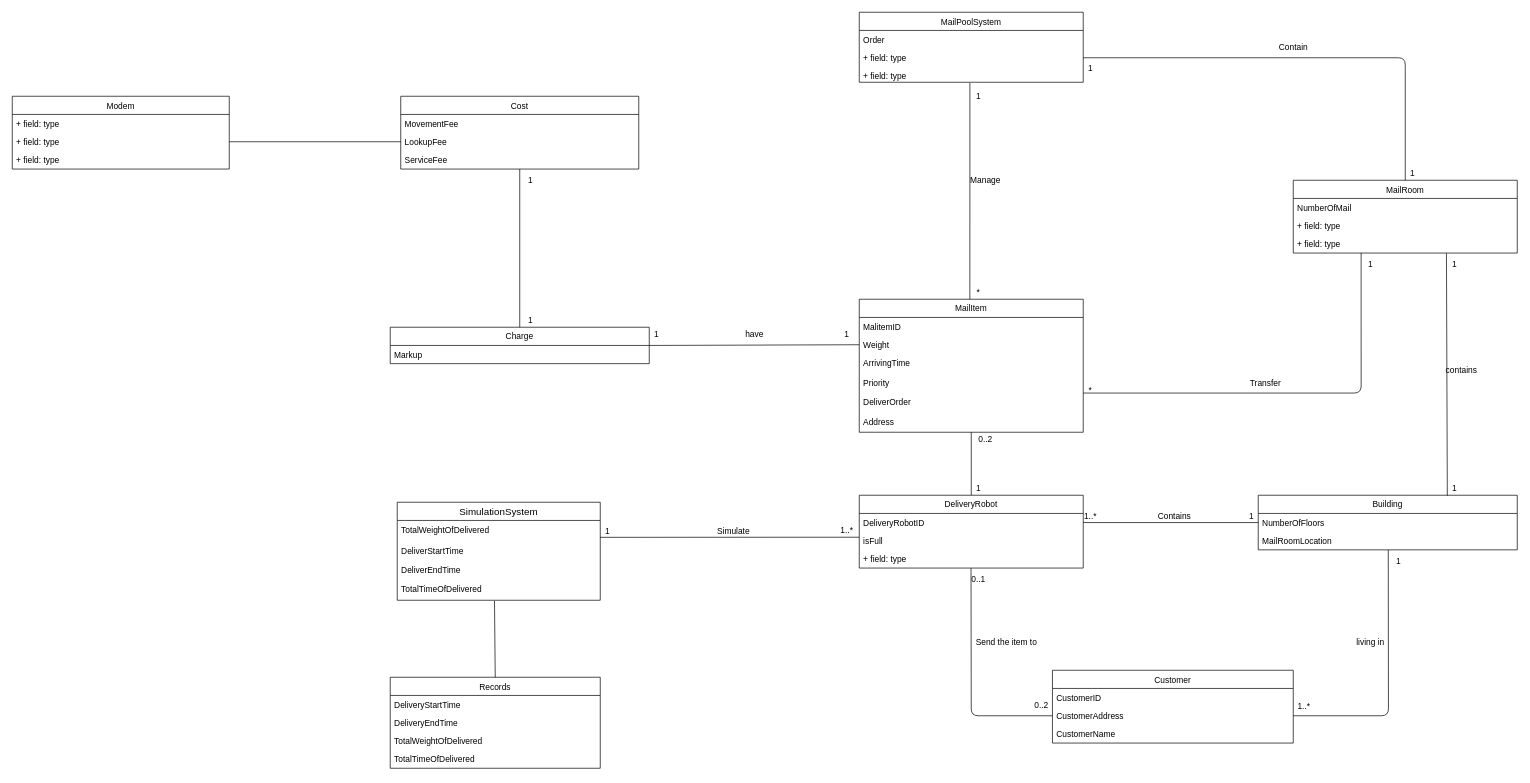
The draw.io diagram Automail/Domain-Model.drawio in UOM-Su/swen30006-Project-1, before the edit. Source tidied: cells renumbered, new cells numbered last; positions are measured from the earlier drawing's top-left corner, leaving out a move shared by most shapes. Both pictures are drawn from the tidied source at 70%, with x=0, y=0 at pixel (12, 12).
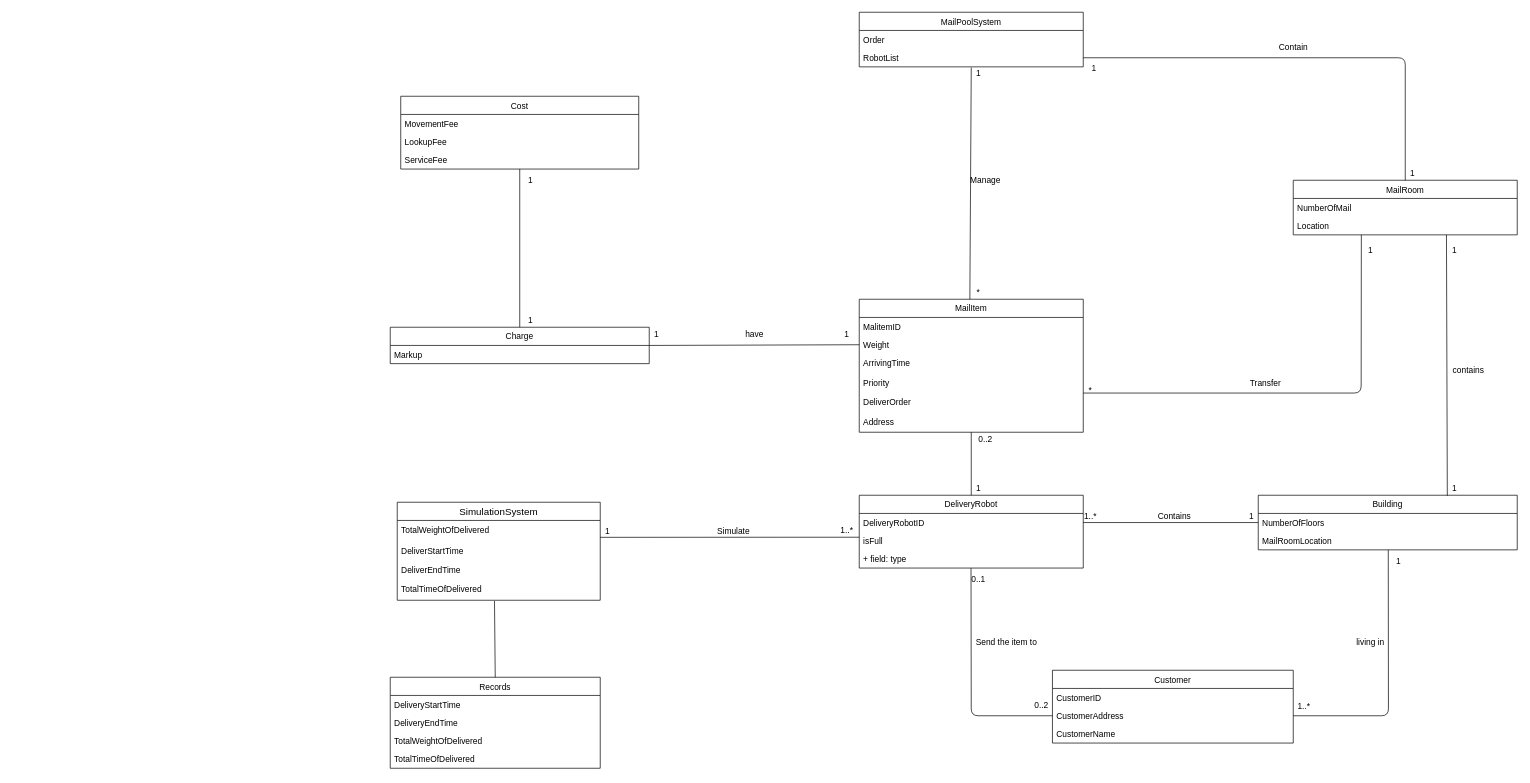
The same diagram, later.

Commit message (it also covers changes not shown here):
Fix the domain model

The change refers to these unchanged cells:
```xml
<mxCell id="5" value="ArrivingTime&#10;&#10;Priority&#10;&#10;DeliverOrder&#10;&#10;Address&#10;" style="text;strokeColor=none;fillColor=none;align=left;verticalAlign=top;spacingLeft=4;spacingRight=4;overflow=hidden;points=[[0,0.5],[1,0.5]];portConstraint=eastwest;" parent="2" vertex="1">
  <mxGeometry y="78" width="320" height="112" as="geometry" />
</mxCell>
<mxCell id="44" value="LookupFee" style="text;strokeColor=none;fillColor=none;align=left;verticalAlign=top;spacingLeft=4;spacingRight=4;overflow=hidden;points=[[0,0.5],[1,0.5]];portConstraint=eastwest;" parent="42" vertex="1">
  <mxGeometry y="52" width="340" height="26" as="geometry" />
</mxCell>
<mxCell id="62" value="Building" style="swimlane;fontStyle=0;horizontal=1;startSize=26;fillColor=none;" parent="1" vertex="1">
  <mxGeometry x="1780" y="690" width="370" height="78" as="geometry" />
</mxCell>
```

What changed in the source:
```diff
@@
-    <mxCell id="6" style="endArrow=none;html=1;entryX=0.494;entryY=1.045;entryDx=0;entryDy=0;entryPerimeter=0;" parent="1" edge="1" target="19">
+    <mxCell id="6" style="endArrow=none;html=1;entryX=0.5;entryY=1.038;entryDx=0;entryDy=0;entryPerimeter=0;" parent="1" edge="1" target="18">
       <mxGeometry relative="1" as="geometry">
         <mxPoint x="1368" y="410" as="sourcePoint" />
       </mxGeometry>
     </mxCell>
     <mxCell id="7" value="1" style="text;html=1;align=center;verticalAlign=middle;" parent="1" vertex="1">
-      <mxGeometry x="1370" y="110" width="20" height="20" as="geometry" />
+      <mxGeometry x="1370" y="78" width="20" height="20" as="geometry" />
     </mxCell>
@@
-    <mxCell id="9" style="endArrow=none;html=1;entryX=0.303;entryY=1;entryDx=0;entryDy=0;entryPerimeter=0;exitX=1;exitY=0.5;exitDx=0;exitDy=0;" parent="1" edge="1" source="5" target="15">
+    <mxCell id="9" style="endArrow=none;html=1;entryX=0.304;entryY=1;entryDx=0;entryDy=0;entryPerimeter=0;exitX=1;exitY=0.5;exitDx=0;exitDy=0;" parent="1" edge="1" source="5" target="89">
       <mxGeometry relative="1" as="geometry">
         <Array as="points">
           <mxPoint x="1927" y="544" />
         </Array>
       </mxGeometry>
     </mxCell>
     <mxCell id="10" value="1" style="text;html=1;align=center;verticalAlign=middle;" parent="1" vertex="1">
-      <mxGeometry x="1930" y="350" width="20" height="20" as="geometry" />
+      <mxGeometry x="1930" y="330" width="20" height="20" as="geometry" />
     </mxCell>
@@
     <mxCell id="12" value="MailRoom" style="swimlane;fontStyle=0;horizontal=1;startSize=26;fillColor=none;" parent="1" vertex="1">
-      <mxGeometry x="1830" y="240" width="320" height="104" as="geometry" />
+      <mxGeometry x="1830" y="240" width="320" height="78" as="geometry" />
     </mxCell>
@@
-    <mxCell id="14" value="+ field: type" style="text;strokeColor=none;fillColor=none;align=left;verticalAlign=top;spacingLeft=4;spacingRight=4;overflow=hidden;" parent="12" vertex="1">
-      <mxGeometry y="52" width="320" height="26" as="geometry" />
-    </mxCell>
-    <mxCell id="15" value="+ field: type" style="text;strokeColor=none;fillColor=none;align=left;verticalAlign=top;spacingLeft=4;spacingRight=4;overflow=hidden;points=[[0,0.5],[1,0.5]];portConstraint=eastwest;" parent="12" vertex="1">
-      <mxGeometry y="78" width="320" height="26" as="geometry" />
-    </mxCell>
+    <mxCell id="89" value="Location" style="text;strokeColor=none;fillColor=none;align=left;verticalAlign=top;spacingLeft=4;spacingRight=4;overflow=hidden;points=[[0,0.5],[1,0.5]];portConstraint=eastwest;" parent="12" vertex="1">
+      <mxGeometry y="52" width="320" height="26" as="geometry" />
+    </mxCell>
     <mxCell id="16" value="MailPoolSystem" style="swimlane;fontStyle=0;horizontal=1;startSize=26;fillColor=none;" parent="1" vertex="1">
-      <mxGeometry x="1210" width="320" height="100" as="geometry" />
+      <mxGeometry x="1210" width="320" height="78" as="geometry" />
     </mxCell>
@@
-    <mxCell id="18" value="+ field: type" style="text;strokeColor=none;fillColor=none;align=left;verticalAlign=top;spacingLeft=4;spacingRight=4;overflow=hidden;points=[[0,0.5],[1,0.5]];portConstraint=eastwest;" parent="16" vertex="1">
+    <mxCell id="18" value="RobotList" style="text;strokeColor=none;fillColor=none;align=left;verticalAlign=top;spacingLeft=4;spacingRight=4;overflow=hidden;points=[[0,0.5],[1,0.5]];portConstraint=eastwest;" parent="16" vertex="1">
       <mxGeometry y="52" width="320" height="26" as="geometry" />
     </mxCell>
-    <mxCell id="19" value="+ field: type" style="text;strokeColor=none;fillColor=none;align=left;verticalAlign=top;spacingLeft=4;spacingRight=4;overflow=hidden;points=[[0,0.5],[1,0.5]];portConstraint=eastwest;" parent="16" vertex="1">
-      <mxGeometry y="78" width="320" height="22" as="geometry" />
-    </mxCell>
@@
     <mxCell id="22" value="1" style="text;html=1;align=center;verticalAlign=middle;" parent="1" vertex="1">
-      <mxGeometry x="1530" y="70" width="20" height="20" as="geometry" />
+      <mxGeometry x="1535" y="70" width="20" height="20" as="geometry" />
     </mxCell>
@@
-    <mxCell id="46" value="Modem" style="swimlane;fontStyle=0;horizontal=1;startSize=26;fillColor=none;" parent="1" vertex="1">
-      <mxGeometry y="120" width="310" height="104" as="geometry" />
-    </mxCell>
-    <mxCell id="47" value="+ field: type" style="text;strokeColor=none;fillColor=none;align=left;verticalAlign=top;spacingLeft=4;spacingRight=4;overflow=hidden;" parent="46" vertex="1">
-      <mxGeometry y="26" width="310" height="26" as="geometry" />
-    </mxCell>
-    <mxCell id="48" value="+ field: type" style="text;strokeColor=none;fillColor=none;align=left;verticalAlign=top;spacingLeft=4;spacingRight=4;overflow=hidden;points=[[0,0.5],[1,0.5]];portConstraint=eastwest;" parent="46" vertex="1">
-      <mxGeometry y="52" width="310" height="26" as="geometry" />
-    </mxCell>
-    <mxCell id="49" value="+ field: type" style="text;strokeColor=none;fillColor=none;align=left;verticalAlign=top;spacingLeft=4;spacingRight=4;overflow=hidden;" parent="46" vertex="1">
-      <mxGeometry y="78" width="310" height="26" as="geometry" />
-    </mxCell>
@@
-    <mxCell id="52" style="endArrow=none;html=1;exitX=1;exitY=0.5;exitDx=0;exitDy=0;entryX=0;entryY=0.5;entryDx=0;entryDy=0;" parent="1" edge="1" source="48" target="44">
-      <mxGeometry relative="1" as="geometry" />
-    </mxCell>
@@
-    <mxCell id="85" style="endArrow=none;html=1;exitX=0.73;exitY=0.009;exitDx=0;exitDy=0;exitPerimeter=0;entryX=0.684;entryY=1.016;entryDx=0;entryDy=0;entryPerimeter=0;" parent="1" edge="1" source="62" target="15">
+    <mxCell id="85" style="endArrow=none;html=1;exitX=0.73;exitY=0.009;exitDx=0;exitDy=0;exitPerimeter=0;entryX=0.684;entryY=1;entryDx=0;entryDy=0;entryPerimeter=0;" parent="1" edge="1" source="62" target="89">
       <mxGeometry relative="1" as="geometry" />
     </mxCell>
     <mxCell id="86" value="contains" style="text;html=1;align=center;verticalAlign=middle;" parent="1" vertex="1">
-      <mxGeometry x="2040" y="502" width="60" height="20" as="geometry" />
+      <mxGeometry x="2050" y="502" width="60" height="20" as="geometry" />
     </mxCell>
@@
     <mxCell id="88" value="1" style="text;html=1;align=center;verticalAlign=middle;" parent="1" vertex="1">
-      <mxGeometry x="2050" y="350" width="20" height="20" as="geometry" />
+      <mxGeometry x="2050" y="330" width="20" height="20" as="geometry" />
     </mxCell>
```
